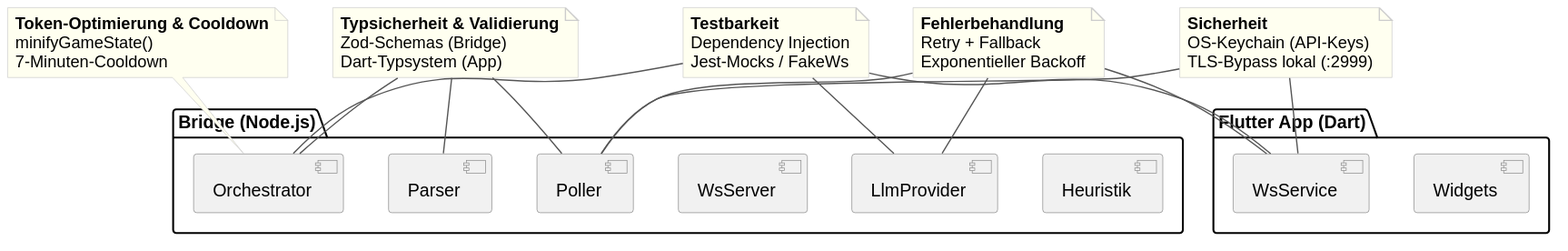
The PlantUML diagram docs/umls/08_concepts_overview.svg in NexusHero/LOLRecommender, before a commit. Source of this version:
```plantuml
@startuml
skinparam backgroundColor #FFFFFF
skinparam defaultFontName Arial
skinparam componentBorderColor #888888
skinparam noteBorderColor #CCCCCC
skinparam noteBackgroundColor #FFFFF0
skinparam ArrowColor #555555

package "Bridge (Node.js)" {
  component "Poller" as poller
  component "Parser" as parser
  component "Orchestrator" as orch
  component "WsServer" as wsserver
  component "LlmProvider" as llmprov
  component "Heuristik" as heur
}

package "Flutter App (Dart)" {
  component "WsService" as wsservice
  component "Widgets" as ui
}

note as n_type
  **Typsicherheit & Validierung**
  Zod-Schemas (Bridge)
  Dart-Typsystem (App)
end note

note as n_err
  **Fehlerbehandlung**
  Retry + Fallback
  Exponentieller Backoff
end note

note as n_sec
  **Sicherheit**
  OS-Keychain (API-Keys)
  TLS-Bypass lokal (:2999)
end note

note as n_test
  **Testbarkeit**
  Dependency Injection
  Jest-Mocks / FakeWs
end note

note as n_llm
  **Token-Optimierung & Cooldown**
  minifyGameState()
  7-Minuten-Cooldown
end note

n_type -- poller
n_type -- parser
n_type -- orch

n_err -- poller
n_err -- llmprov
n_err -- wsservice

n_sec -- wsservice
n_sec -- poller

n_test -- orch
n_test -- llmprov
n_test -- wsservice

n_llm -- orch
@enduml
```
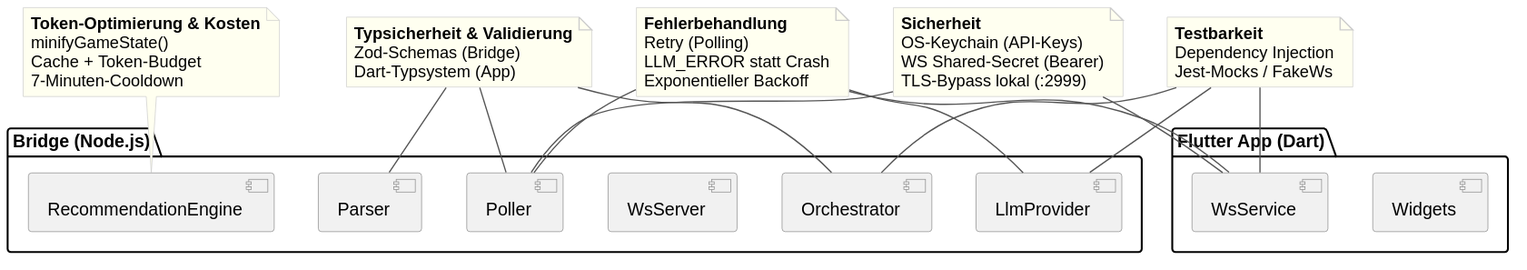
The same file after the commit.

Diff of the diagram source:
```diff
@@ -12,7 +12,7 @@
   component "Orchestrator" as orch
   component "WsServer" as wsserver
   component "LlmProvider" as llmprov
-  component "Heuristik" as heur
+  component "RecommendationEngine" as engine
 }
 
 package "Flutter App (Dart)" {
@@ -28,13 +28,15 @@
 
 note as n_err
   **Fehlerbehandlung**
-  Retry + Fallback
+  Retry (Polling)
+  LLM_ERROR statt Crash
   Exponentieller Backoff
 end note
 
 note as n_sec
   **Sicherheit**
   OS-Keychain (API-Keys)
+  WS Shared-Secret (Bearer)
   TLS-Bypass lokal (:2999)
 end note
 
@@ -45,8 +47,9 @@
 end note
 
 note as n_llm
-  **Token-Optimierung & Cooldown**
+  **Token-Optimierung & Kosten**
   minifyGameState()
+  Cache + Token-Budget
   7-Minuten-Cooldown
 end note
 
@@ -65,5 +68,5 @@
 n_test -- llmprov
 n_test -- wsservice
 
-n_llm -- orch
+n_llm -- engine
 @enduml
```
